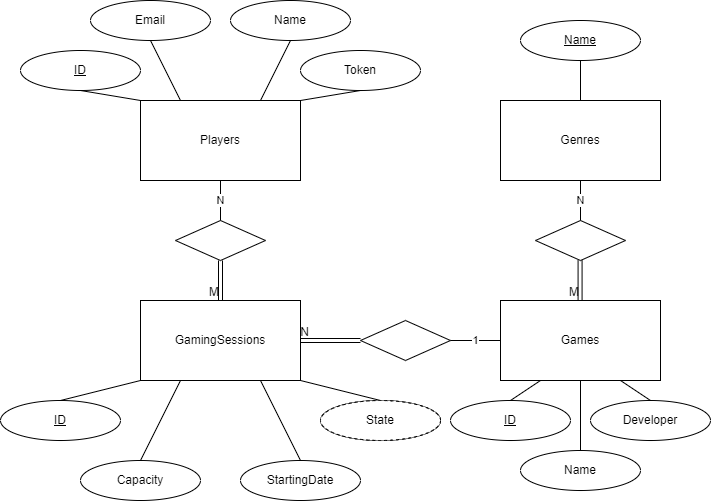
The draw.io diagram assets/ModeloEA.png in MarioRj16/LS, before a commit. Source tidied: cells renumbered, new cells last; positions are measured from the earlier drawing's top-left corner, leaving out a move shared by most shapes.
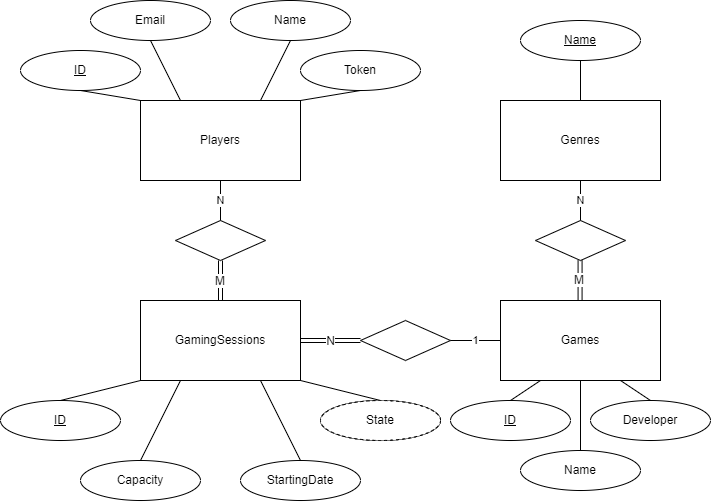
After the change.

Change to the diagram source:
```diff
@@ -112,15 +112,17 @@
         <mxPoint x="220" y="300" as="targetPoint" />
       </mxGeometry>
     </mxCell>
-    <mxCell id="38" value="M" style="html=1;whiteSpace=wrap;align=right;verticalAlign=bottom;" parent="37" vertex="1">
-      <mxGeometry x="1" relative="1" as="geometry" />
+    <mxCell id="38" value="M" style="html=1;whiteSpace=wrap;align=right;verticalAlign=bottom;labelBackgroundColor=default;" parent="37" vertex="1">
+      <mxGeometry x="1" relative="1" as="geometry">
+        <mxPoint x="6" y="-11" as="offset" />
+      </mxGeometry>
     </mxCell>
     <mxCell id="39" style="shape=link;html=1;rounded=0;entryX=1;entryY=0.5;entryDx=0;entryDy=0;exitX=0;exitY=0.5;exitDx=0;exitDy=0;" parent="1" edge="1" source="7" target="3">
       <mxGeometry relative="1" as="geometry" />
     </mxCell>
-    <mxCell id="40" value="N" style="html=1;whiteSpace=wrap;align=right;verticalAlign=bottom;" parent="39" vertex="1">
+    <mxCell id="40" value="N" style="html=1;whiteSpace=wrap;align=right;verticalAlign=bottom;labelBackgroundColor=default;" parent="39" vertex="1">
       <mxGeometry x="1" relative="1" as="geometry">
-        <mxPoint x="10" as="offset" />
+        <mxPoint x="36" y="9" as="offset" />
       </mxGeometry>
     </mxCell>
     <mxCell id="41" style="shape=link;html=1;rounded=0;exitX=0.5;exitY=1;exitDx=0;exitDy=0;" parent="1" edge="1">
@@ -129,8 +131,10 @@
         <mxPoint x="579.6" y="300" as="targetPoint" />
       </mxGeometry>
     </mxCell>
-    <mxCell id="42" value="M" style="html=1;whiteSpace=wrap;align=right;verticalAlign=bottom;" parent="41" vertex="1">
-      <mxGeometry x="1" relative="1" as="geometry" />
+    <mxCell id="42" value="M" style="html=1;whiteSpace=wrap;align=right;verticalAlign=bottom;labelBackgroundColor=default;" parent="41" vertex="1">
+      <mxGeometry x="1" relative="1" as="geometry">
+        <mxPoint x="6" y="-12" as="offset" />
+      </mxGeometry>
     </mxCell>
   </root>
 </mxGraphModel>
```
